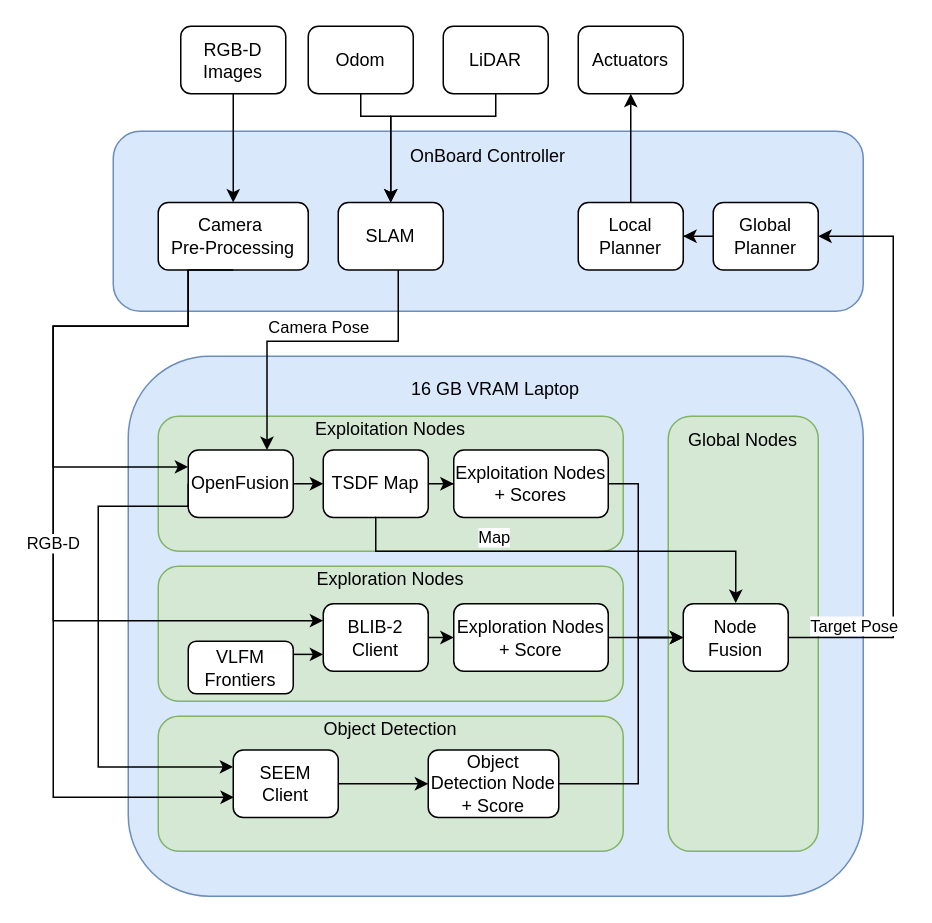
KevinEppacher/Eppacher_Master_Thesis keeps this draw.io diagram as Master_Thesis_Overview.drawio. Above is the earlier version. Source tidied: cells renumbered, new cells numbered last; positions are measured from the earlier drawing's top-left corner, leaving out a move shared by most shapes. Both pictures are drawn from the tidied source at 150%, with x=0, y=0 at pixel (52, 26).
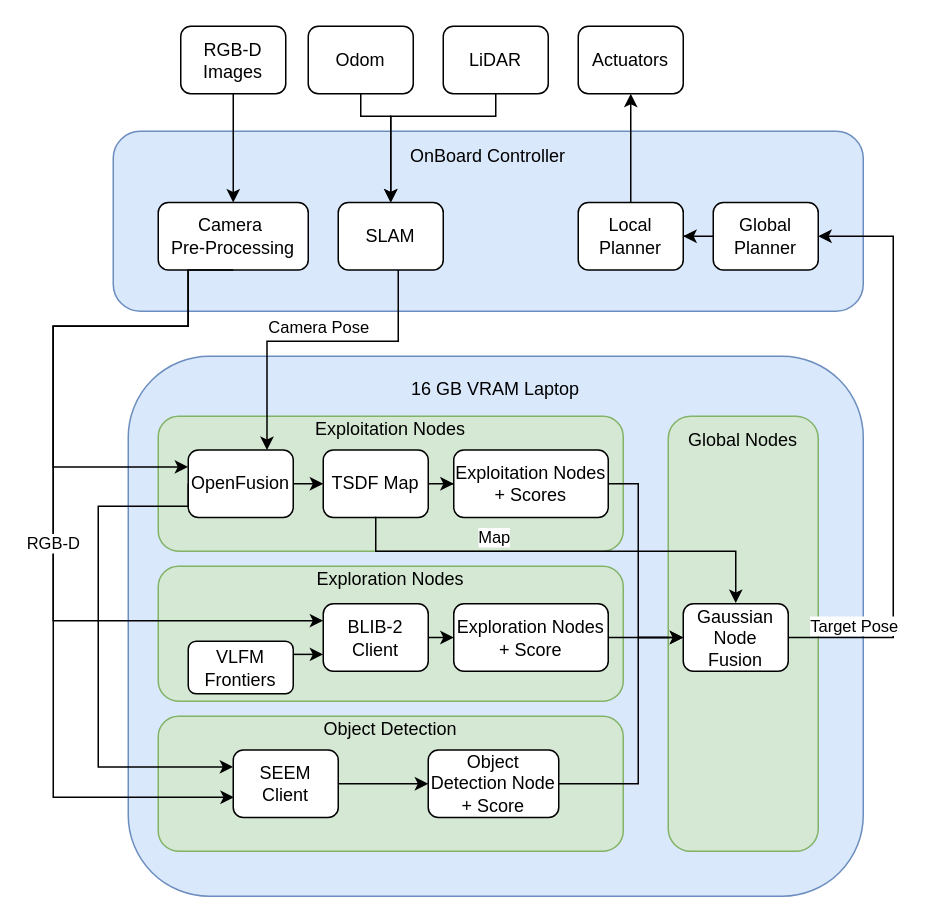
The same page after the edit.

Change to the diagram source:
```diff
@@
-    <mxCell id="25" value="Node Fusion" style="rounded=1;whiteSpace=wrap;html=1;" parent="1" vertex="1">
+    <mxCell id="25" value="Gaussian Node Fusion" style="rounded=1;whiteSpace=wrap;html=1;" parent="1" vertex="1">
       <mxGeometry x="420" y="385" width="70" height="45" as="geometry" />
     </mxCell>
```
